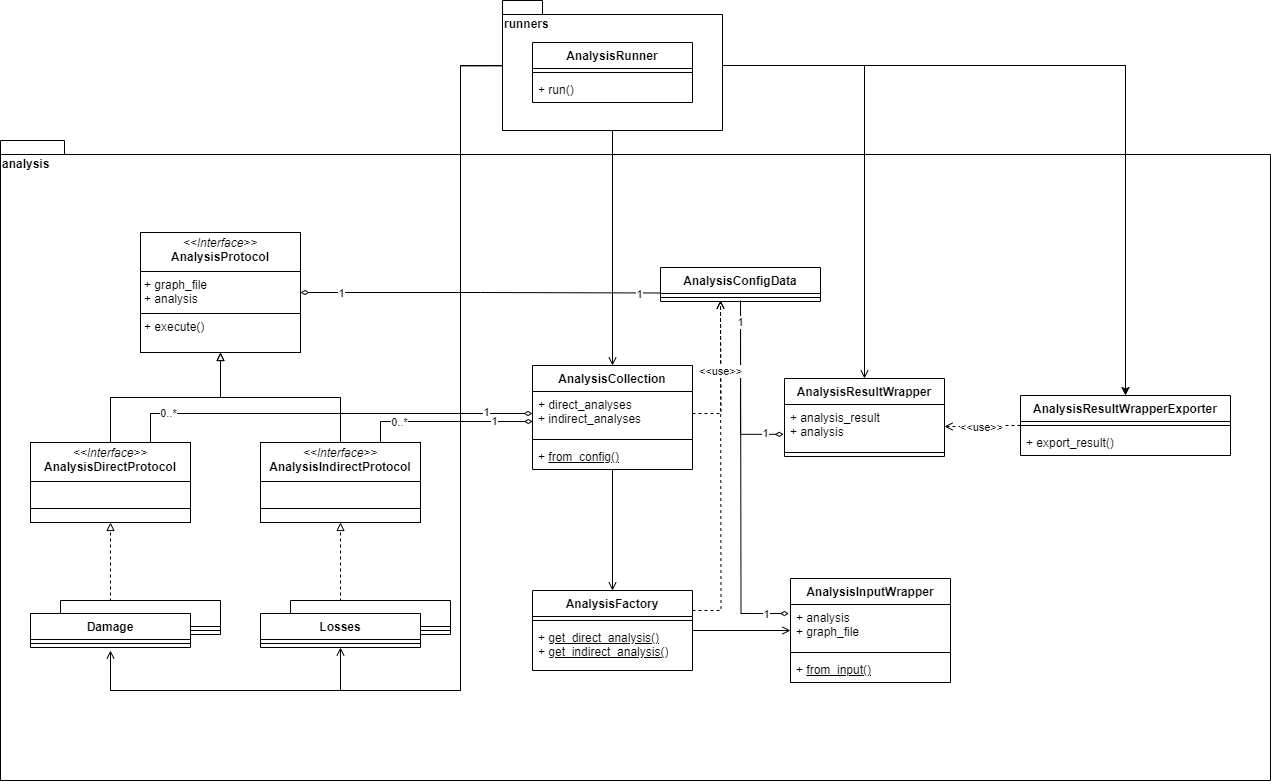
The draw.io diagram docs/_diagrams/ra2ce_analysis_class_diagram.drawio.png in Deltares/ra2ce, before a commit. Source tidied: cells renumbered, new cells last; positions are measured from the earlier drawing's top-left corner, leaving out a move shared by most shapes.
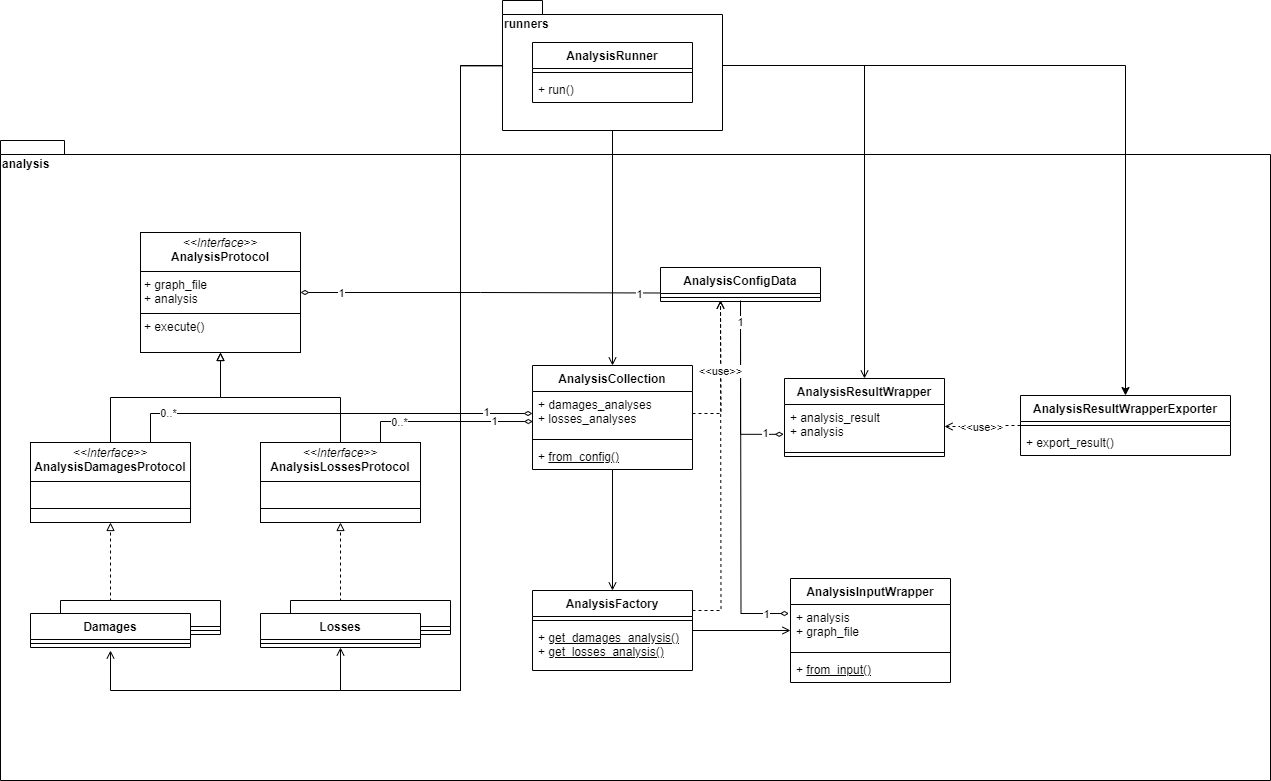
After the commit.

Commit message:
docs: update analysis class diagram

The edit, as a diff of the source:
```diff
@@ -16,7 +16,7 @@
     <mxCell id="5" style="line;strokeWidth=1;fillColor=none;align=left;verticalAlign=middle;spacingTop=-1;spacingLeft=3;spacingRight=3;labelPosition=right;strokeColor=inherit;" parent="4" vertex="1">
       <mxGeometry y="26" width="160" height="8" as="geometry" />
     </mxCell>
-    <mxCell id="6" value="+ &lt;u&gt;get_direct_analysis()&lt;/u&gt;&lt;div&gt;+ &lt;u&gt;get_indirect_analysis()&lt;/u&gt;&lt;/div&gt;" style="text;strokeColor=none;fillColor=none;align=left;verticalAlign=top;spacingLeft=4;spacingRight=4;overflow=hidden;whiteSpace=wrap;html=1;" parent="4" vertex="1">
+    <mxCell id="6" value="+ &lt;u&gt;get_damages_analysis()&lt;/u&gt;&lt;div&gt;+ &lt;u&gt;get_losses_analysis()&lt;/u&gt;&lt;/div&gt;" style="text;strokeColor=none;fillColor=none;align=left;verticalAlign=top;spacingLeft=4;spacingRight=4;overflow=hidden;whiteSpace=wrap;html=1;" parent="4" vertex="1">
       <mxGeometry y="34" width="160" height="46" as="geometry" />
     </mxCell>
     <mxCell id="7" value="AnalysisInputWrapper" style="swimlane;fontStyle=1;align=center;verticalAlign=top;horizontal=1;startSize=26;whiteSpace=wrap;html=1;" parent="1" vertex="1">
@@ -42,7 +42,7 @@
     <mxCell id="13" style="edgeStyle=orthogonalEdgeStyle;rounded=0;jettySize=auto;html=1;entryX=0.5;entryY=1;entryDx=0;entryDy=0;endArrow=block;endFill=0;" parent="1" edge="1" source="14" target="30">
       <mxGeometry relative="1" as="geometry" />
     </mxCell>
-    <mxCell id="14" value="&lt;p style=&quot;margin:0px;margin-top:4px;text-align:center;&quot;&gt;&lt;i&gt;&amp;lt;&amp;lt;Interface&amp;gt;&amp;gt;&lt;/i&gt;&lt;br&gt;&lt;b&gt;AnalysisDirectProtocol&lt;/b&gt;&lt;/p&gt;&lt;hr size=&quot;1&quot; style=&quot;border-style:solid;&quot;&gt;&lt;p style=&quot;margin:0px;margin-left:4px;&quot;&gt;&lt;br&gt;&lt;/p&gt;&lt;hr size=&quot;1&quot; style=&quot;border-style:solid;&quot;&gt;&lt;p style=&quot;margin:0px;margin-left:4px;&quot;&gt;&lt;br&gt;&lt;/p&gt;" style="verticalAlign=top;align=left;overflow=fill;html=1;whiteSpace=wrap;" parent="1" vertex="1">
+    <mxCell id="14" value="&lt;p style=&quot;margin:0px;margin-top:4px;text-align:center;&quot;&gt;&lt;i&gt;&amp;lt;&amp;lt;Interface&amp;gt;&amp;gt;&lt;/i&gt;&lt;br&gt;&lt;b&gt;AnalysisDamagesProtocol&lt;/b&gt;&lt;/p&gt;&lt;hr size=&quot;1&quot; style=&quot;border-style:solid;&quot;&gt;&lt;p style=&quot;margin:0px;margin-left:4px;&quot;&gt;&lt;br&gt;&lt;/p&gt;&lt;hr size=&quot;1&quot; style=&quot;border-style:solid;&quot;&gt;&lt;p style=&quot;margin:0px;margin-left:4px;&quot;&gt;&lt;br&gt;&lt;/p&gt;" style="verticalAlign=top;align=left;overflow=fill;html=1;whiteSpace=wrap;" parent="1" vertex="1">
       <mxGeometry x="30" y="442" width="160" height="80" as="geometry" />
     </mxCell>
     <mxCell id="15" style="edgeStyle=orthogonalEdgeStyle;rounded=0;jettySize=auto;html=1;entryX=0.5;entryY=1;entryDx=0;entryDy=0;dashed=1;endArrow=block;endFill=0;" parent="1" edge="1" source="61" target="14">
@@ -57,7 +57,7 @@
     <mxCell id="18" value="AnalysisCollection" style="swimlane;fontStyle=1;align=center;verticalAlign=top;horizontal=1;startSize=26;whiteSpace=wrap;html=1;" parent="1" vertex="1">
       <mxGeometry x="532" y="365" width="160" height="104" as="geometry" />
     </mxCell>
-    <mxCell id="19" value="+ direct_analyses&lt;div&gt;+ indirect_analyses&lt;/div&gt;" style="text;strokeColor=none;fillColor=none;align=left;verticalAlign=top;spacingLeft=4;spacingRight=4;overflow=hidden;points=[[0,0.5],[1,0.5]];portConstraint=eastwest;whiteSpace=wrap;html=1;" parent="18" vertex="1">
+    <mxCell id="19" value="+ damages_analyses&lt;div&gt;+ losses_analyses&lt;/div&gt;" style="text;strokeColor=none;fillColor=none;align=left;verticalAlign=top;spacingLeft=4;spacingRight=4;overflow=hidden;points=[[0,0.5],[1,0.5]];portConstraint=eastwest;whiteSpace=wrap;html=1;" parent="18" vertex="1">
       <mxGeometry y="26" width="160" height="44" as="geometry" />
     </mxCell>
     <mxCell id="20" style="line;strokeWidth=1;fillColor=none;align=left;verticalAlign=middle;spacingTop=-1;spacingLeft=3;spacingRight=3;labelPosition=right;strokeColor=inherit;" parent="18" vertex="1">
@@ -98,7 +98,7 @@
     <mxCell id="31" style="edgeStyle=orthogonalEdgeStyle;rounded=0;jettySize=auto;html=1;entryX=0.5;entryY=1;entryDx=0;entryDy=0;endArrow=block;endFill=0;" parent="1" edge="1" source="32" target="30">
       <mxGeometry relative="1" as="geometry" />
     </mxCell>
-    <mxCell id="32" value="&lt;p style=&quot;margin:0px;margin-top:4px;text-align:center;&quot;&gt;&lt;i&gt;&amp;lt;&amp;lt;Interface&amp;gt;&amp;gt;&lt;/i&gt;&lt;br&gt;&lt;b&gt;AnalysisIndirectProtocol&lt;/b&gt;&lt;/p&gt;&lt;hr size=&quot;1&quot; style=&quot;border-style:solid;&quot;&gt;&lt;p style=&quot;margin:0px;margin-left:4px;&quot;&gt;&lt;br&gt;&lt;/p&gt;&lt;hr size=&quot;1&quot; style=&quot;border-style:solid;&quot;&gt;&lt;p style=&quot;margin:0px;margin-left:4px;&quot;&gt;&lt;br&gt;&lt;/p&gt;" style="verticalAlign=top;align=left;overflow=fill;html=1;whiteSpace=wrap;" parent="1" vertex="1">
+    <mxCell id="32" value="&lt;p style=&quot;margin:0px;margin-top:4px;text-align:center;&quot;&gt;&lt;i&gt;&amp;lt;&amp;lt;Interface&amp;gt;&amp;gt;&lt;/i&gt;&lt;br&gt;&lt;b&gt;AnalysisLossesProtocol&lt;/b&gt;&lt;/p&gt;&lt;hr size=&quot;1&quot; style=&quot;border-style:solid;&quot;&gt;&lt;p style=&quot;margin:0px;margin-left:4px;&quot;&gt;&lt;br&gt;&lt;/p&gt;&lt;hr size=&quot;1&quot; style=&quot;border-style:solid;&quot;&gt;&lt;p style=&quot;margin:0px;margin-left:4px;&quot;&gt;&lt;br&gt;&lt;/p&gt;" style="verticalAlign=top;align=left;overflow=fill;html=1;whiteSpace=wrap;" parent="1" vertex="1">
       <mxGeometry x="260" y="442" width="160" height="80" as="geometry" />
     </mxCell>
     <mxCell id="33" style="edgeStyle=orthogonalEdgeStyle;rounded=0;jettySize=auto;html=1;exitX=0.002;exitY=0.682;exitDx=0;exitDy=0;entryX=0.75;entryY=0;entryDx=0;entryDy=0;startArrow=diamondThin;startFill=0;endArrow=none;endFill=0;exitPerimeter=0;" parent="1" edge="1" source="19" target="32">
@@ -200,7 +200,7 @@
     <mxCell id="60" style="line;strokeWidth=1;fillColor=none;align=left;verticalAlign=middle;spacingTop=-1;spacingLeft=3;spacingRight=3;labelPosition=right;strokeColor=inherit;" parent="59" vertex="1">
       <mxGeometry y="26" width="160" height="8" as="geometry" />
     </mxCell>
-    <mxCell id="61" value="Damage" style="swimlane;fontStyle=1;align=center;verticalAlign=top;horizontal=1;startSize=26;whiteSpace=wrap;html=1;" parent="1" vertex="1">
+    <mxCell id="61" value="Damages" style="swimlane;fontStyle=1;align=center;verticalAlign=top;horizontal=1;startSize=26;whiteSpace=wrap;html=1;" parent="1" vertex="1">
       <mxGeometry x="30" y="613" width="160" height="34" as="geometry" />
     </mxCell>
     <mxCell id="62" style="line;strokeWidth=1;fillColor=none;align=left;verticalAlign=middle;spacingTop=-1;spacingLeft=3;spacingRight=3;labelPosition=right;strokeColor=inherit;" parent="61" vertex="1">
```
